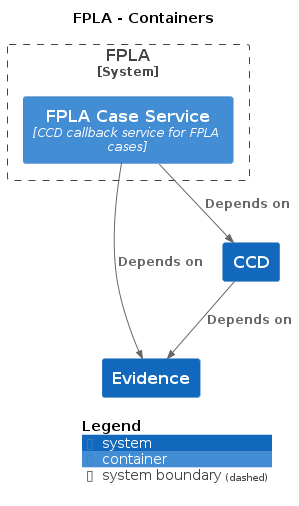
This is docs/c4/fpla/images/structurizr-fpla-overview.png from hmcts/cnp-api-docs, a PlantUML export, as it was before one commit. Source of this version:
```plantuml
@startuml
title FPLA - Containers

top to bottom direction

!include https://raw.githubusercontent.com/plantuml-stdlib/C4-PlantUML/master/C4.puml
!include https://raw.githubusercontent.com/plantuml-stdlib/C4-PlantUML/master/C4_Context.puml
!include https://raw.githubusercontent.com/plantuml-stdlib/C4-PlantUML/master/C4_Container.puml

System(CCD, "CCD", "", $tags="")
System(Evidence, "Evidence", "", $tags="")

System_Boundary("FPLA_boundary", "FPLA") {
  Container(FPLA.FPLACaseService, "FPLA Case Service", "CCD callback service for FPLA cases", $tags="")
}

Rel_D(CCD, Evidence, "Depends on", $tags="")
Rel_D(FPLA.FPLACaseService, Evidence, "Depends on", $tags="")
Rel_D(FPLA.FPLACaseService, CCD, "Depends on", $tags="")

SHOW_DYNAMIC_LEGEND()
@enduml
```
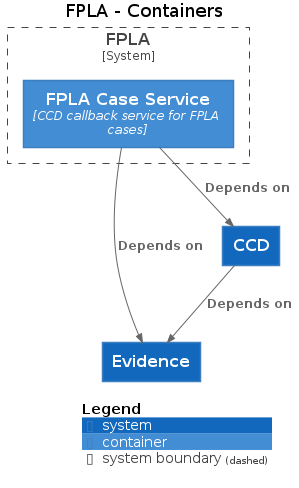
The same file after the commit.

Change to the diagram source:
```diff
@@ -3,20 +3,20 @@
 
 top to bottom direction
 
-!include https://raw.githubusercontent.com/plantuml-stdlib/C4-PlantUML/master/C4.puml
-!include https://raw.githubusercontent.com/plantuml-stdlib/C4-PlantUML/master/C4_Context.puml
-!include https://raw.githubusercontent.com/plantuml-stdlib/C4-PlantUML/master/C4_Container.puml
+!includeurl https://raw.githubusercontent.com/plantuml-stdlib/C4-PlantUML/master/C4.puml
+!includeurl https://raw.githubusercontent.com/plantuml-stdlib/C4-PlantUML/master/C4_Context.puml
+!includeurl https://raw.githubusercontent.com/plantuml-stdlib/C4-PlantUML/master/C4_Container.puml
 
-System(CCD, "CCD", "", $tags="")
-System(Evidence, "Evidence", "", $tags="")
+System(CCD, "CCD", "")
+System(Evidence, "Evidence", "")
 
 System_Boundary("FPLA_boundary", "FPLA") {
-  Container(FPLA.FPLACaseService, "FPLA Case Service", "CCD callback service for FPLA cases", $tags="")
+  Container(FPLA.FPLACaseService, "FPLA Case Service", "CCD callback service for FPLA cases")
 }
 
-Rel_D(CCD, Evidence, "Depends on", $tags="")
-Rel_D(FPLA.FPLACaseService, Evidence, "Depends on", $tags="")
-Rel_D(FPLA.FPLACaseService, CCD, "Depends on", $tags="")
+Rel_D(CCD, Evidence, "Depends on")
+Rel_D(FPLA.FPLACaseService, Evidence, "Depends on")
+Rel_D(FPLA.FPLACaseService, CCD, "Depends on")
 
 SHOW_DYNAMIC_LEGEND()
 @enduml
```
